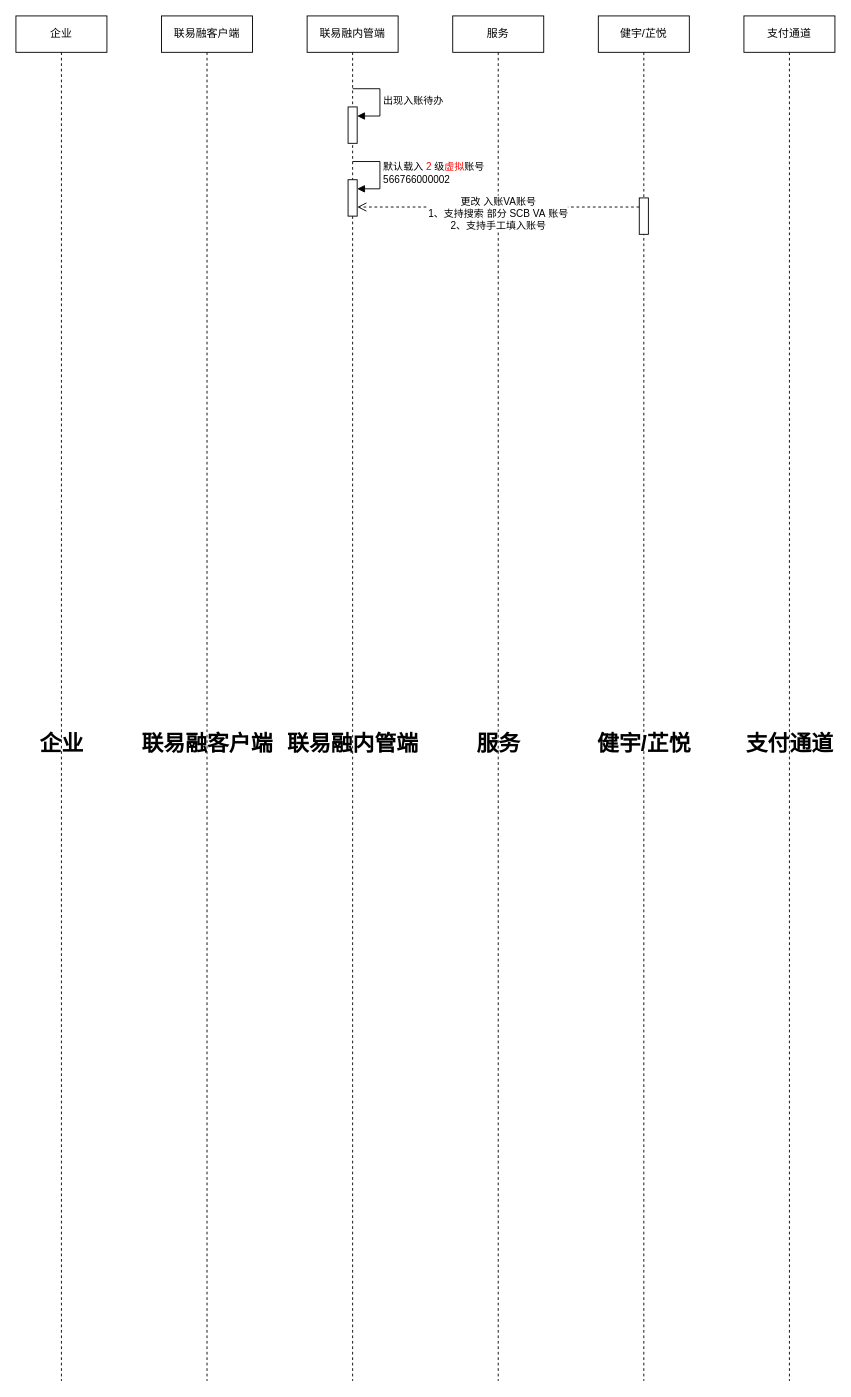
Earlier version of the draw.io diagram LLSI/开户管理.drawio (0573xieguojia/To-program). Source tidied: cells renumbered, new cells numbered last; positions are measured from the earlier drawing's top-left corner, leaving out a move shared by most shapes. Both pictures are drawn from the tidied source at 91%, with x=0, y=0 at pixel (15, 15).
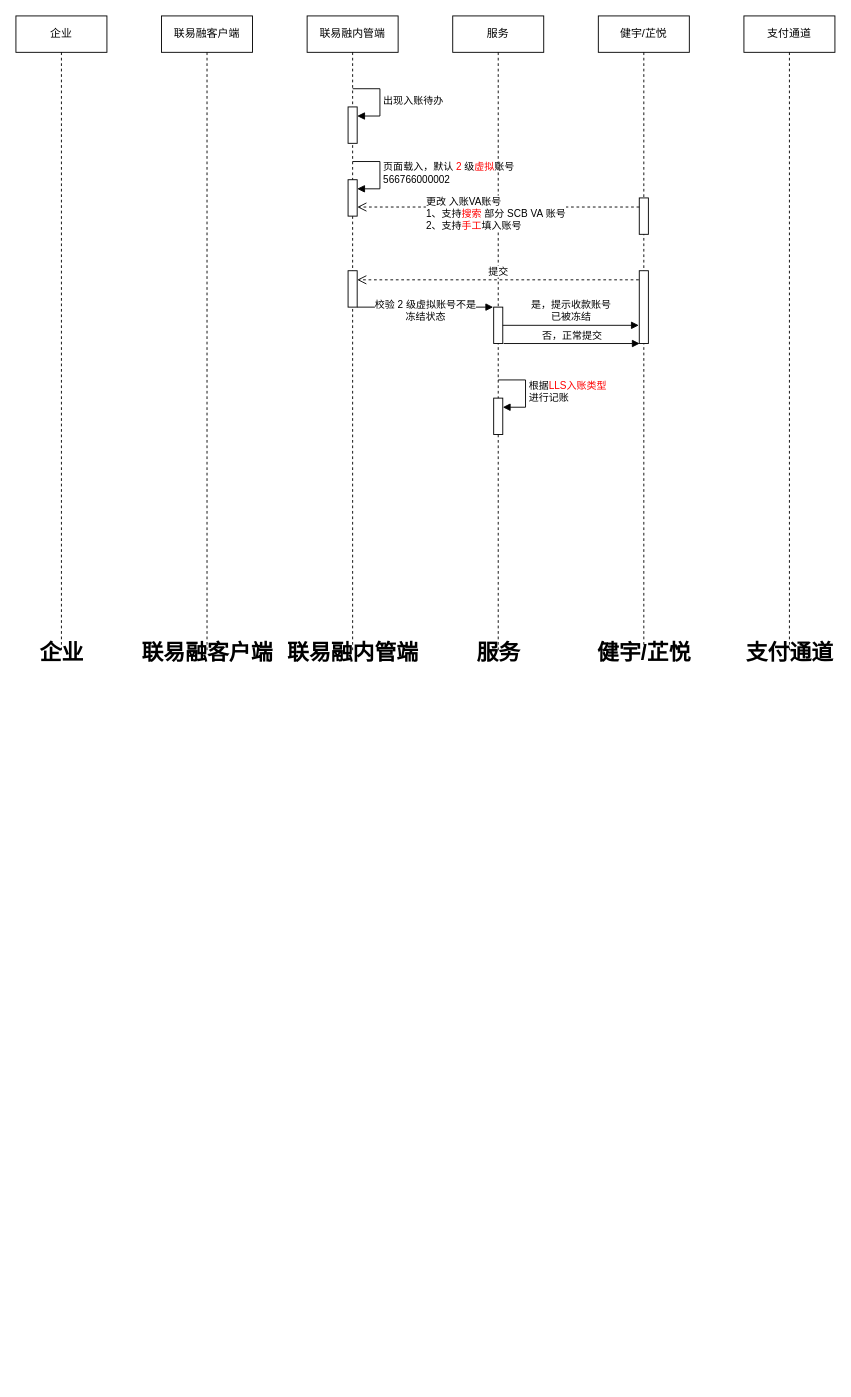
The same page after the edit.

Commit message:
更新开户管理.drawio

Unchanged cells that the change refers to:
```xml
<mxCell id="7" style="html=1;points=[];perimeter=orthogonalPerimeter;outlineConnect=0;targetShapes=umlLifeline;portConstraint=eastwest;newEdgeStyle={&quot;edgeStyle&quot;:&quot;elbowEdgeStyle&quot;,&quot;elbow&quot;:&quot;vertical&quot;,&quot;curved&quot;:0,&quot;rounded&quot;:0};" parent="4" vertex="1">
  <mxGeometry x="45" y="180" width="10" height="40" as="geometry" />
</mxCell>
```

The edit, as a diff of the source:
```diff
@@
     <mxCell id="2" value="企业" style="shape=umlLifeline;perimeter=lifelinePerimeter;whiteSpace=wrap;html=1;newEdgeStyle={&quot;edgeStyle&quot;:&quot;elbowEdgeStyle&quot;,&quot;elbow&quot;:&quot;vertical&quot;,&quot;curved&quot;:0,&quot;rounded&quot;:0};" parent="1" vertex="1">
-      <mxGeometry width="100" height="1500" as="geometry" />
+      <mxGeometry width="100" height="700" as="geometry" />
     </mxCell>
     <mxCell id="3" value="联易融客户端" style="shape=umlLifeline;perimeter=lifelinePerimeter;whiteSpace=wrap;html=1;newEdgeStyle={&quot;edgeStyle&quot;:&quot;elbowEdgeStyle&quot;,&quot;elbow&quot;:&quot;vertical&quot;,&quot;curved&quot;:0,&quot;rounded&quot;:0};" parent="1" vertex="1">
-      <mxGeometry x="160" width="100" height="1500" as="geometry" />
+      <mxGeometry x="160" width="100" height="700" as="geometry" />
     </mxCell>
     <mxCell id="4" value="联易融内管端" style="shape=umlLifeline;perimeter=lifelinePerimeter;whiteSpace=wrap;html=1;newEdgeStyle={&quot;edgeStyle&quot;:&quot;elbowEdgeStyle&quot;,&quot;elbow&quot;:&quot;vertical&quot;,&quot;curved&quot;:0,&quot;rounded&quot;:0};" parent="1" vertex="1">
-      <mxGeometry x="320" width="100" height="1500" as="geometry" />
+      <mxGeometry x="320" width="100" height="700" as="geometry" />
     </mxCell>
@@
-    <mxCell id="8" value="默认载入&amp;nbsp;&lt;font color=&quot;#ff0000&quot;&gt;2&lt;/font&gt;&amp;nbsp;级&lt;font color=&quot;#ff0000&quot;&gt;虚拟&lt;/font&gt;账号&lt;br&gt;566766000002" style="html=1;align=left;spacingLeft=2;endArrow=block;rounded=0;edgeStyle=orthogonalEdgeStyle;curved=0;rounded=0;" parent="4" edge="1" target="7">
+    <mxCell id="8" value="页面载入，默认&amp;nbsp;&lt;font color=&quot;#ff0000&quot;&gt;2&lt;/font&gt;&amp;nbsp;级&lt;font color=&quot;#ff0000&quot;&gt;虚拟&lt;/font&gt;账号&lt;br&gt;566766000002" style="html=1;align=left;spacingLeft=2;endArrow=block;rounded=0;edgeStyle=orthogonalEdgeStyle;curved=0;rounded=0;" parent="4" edge="1" target="7">
       <mxGeometry x="0.01" relative="1" as="geometry">
         <mxPoint x="50" y="160" as="sourcePoint" />
         <Array as="points">
           <mxPoint x="80" y="190" />
         </Array>
       </mxGeometry>
     </mxCell>
+    <mxCell id="20" style="html=1;perimeter=orthogonalPerimeter;targetShapes=umlLifeline;newEdgeStyle={&quot;edgeStyle&quot;:&quot;elbowEdgeStyle&quot;,&quot;elbow&quot;:&quot;vertical&quot;,&quot;curved&quot;:0,&quot;rounded&quot;:0};" parent="4" vertex="1">
+      <mxGeometry x="45" y="280" width="10" height="40" as="geometry" />
+    </mxCell>
     <mxCell id="9" value="服务" style="shape=umlLifeline;perimeter=lifelinePerimeter;whiteSpace=wrap;html=1;newEdgeStyle={&quot;edgeStyle&quot;:&quot;elbowEdgeStyle&quot;,&quot;elbow&quot;:&quot;vertical&quot;,&quot;curved&quot;:0,&quot;rounded&quot;:0};" parent="1" vertex="1">
-      <mxGeometry x="480" width="100" height="1500" as="geometry" />
+      <mxGeometry x="480" width="100" height="700" as="geometry" />
     </mxCell>
+    <mxCell id="21" style="html=1;perimeter=orthogonalPerimeter;targetShapes=umlLifeline;newEdgeStyle={&quot;edgeStyle&quot;:&quot;elbowEdgeStyle&quot;,&quot;elbow&quot;:&quot;vertical&quot;,&quot;curved&quot;:0,&quot;rounded&quot;:0};" parent="9" vertex="1">
+      <mxGeometry x="45" y="320" width="10" height="40" as="geometry" />
+    </mxCell>
+    <mxCell id="22" style="html=1;points=[];perimeter=orthogonalPerimeter;outlineConnect=0;targetShapes=umlLifeline;portConstraint=eastwest;newEdgeStyle={&quot;edgeStyle&quot;:&quot;elbowEdgeStyle&quot;,&quot;elbow&quot;:&quot;vertical&quot;,&quot;curved&quot;:0,&quot;rounded&quot;:0};" parent="9" vertex="1">
+      <mxGeometry x="45" y="420" width="10" height="40" as="geometry" />
+    </mxCell>
+    <mxCell id="23" value="根据&lt;font color=&quot;#ff0000&quot;&gt;LLS入账类型&lt;br&gt;&lt;/font&gt;进行记账" style="html=1;align=left;spacingLeft=2;endArrow=block;rounded=0;edgeStyle=orthogonalEdgeStyle;curved=0;rounded=0;" parent="9" edge="1" target="22">
+      <mxGeometry x="0.01" relative="1" as="geometry">
+        <mxPoint x="50" y="400" as="sourcePoint" />
+        <Array as="points">
+          <mxPoint x="80" y="430" />
+        </Array>
+      </mxGeometry>
+    </mxCell>
     <mxCell id="10" value="健宇/芷悦" style="shape=umlLifeline;perimeter=lifelinePerimeter;whiteSpace=wrap;html=1;newEdgeStyle={&quot;edgeStyle&quot;:&quot;elbowEdgeStyle&quot;,&quot;elbow&quot;:&quot;vertical&quot;,&quot;curved&quot;:0,&quot;rounded&quot;:0};" parent="1" vertex="1">
-      <mxGeometry x="640" width="100" height="1500" as="geometry" />
+      <mxGeometry x="640" width="100" height="700" as="geometry" />
     </mxCell>
@@
+    <mxCell id="24" style="html=1;perimeter=orthogonalPerimeter;targetShapes=umlLifeline;newEdgeStyle={&quot;edgeStyle&quot;:&quot;elbowEdgeStyle&quot;,&quot;elbow&quot;:&quot;vertical&quot;,&quot;curved&quot;:0,&quot;rounded&quot;:0};" parent="10" vertex="1">
+      <mxGeometry x="45" y="280" width="10" height="80" as="geometry" />
+    </mxCell>
     <mxCell id="12" value="企业" style="text;strokeColor=none;fillColor=none;html=1;fontSize=24;fontStyle=1;verticalAlign=middle;align=center;" parent="1" vertex="1">
-      <mxGeometry y="780" width="100" height="40" as="geometry" />
+      <mxGeometry y="680" width="100" height="40" as="geometry" />
     </mxCell>
     <mxCell id="13" value="联易融客户端" style="text;strokeColor=none;fillColor=none;html=1;fontSize=24;fontStyle=1;verticalAlign=middle;align=center;" parent="1" vertex="1">
-      <mxGeometry x="160" y="780" width="100" height="40" as="geometry" />
+      <mxGeometry x="160" y="680" width="100" height="40" as="geometry" />
     </mxCell>
     <mxCell id="14" value="联易融内管端" style="text;strokeColor=none;fillColor=none;html=1;fontSize=24;fontStyle=1;verticalAlign=middle;align=center;" parent="1" vertex="1">
-      <mxGeometry x="320" y="780" width="100" height="40" as="geometry" />
+      <mxGeometry x="320" y="680" width="100" height="40" as="geometry" />
     </mxCell>
     <mxCell id="15" value="服务" style="text;strokeColor=none;fillColor=none;html=1;fontSize=24;fontStyle=1;verticalAlign=middle;align=center;" parent="1" vertex="1">
-      <mxGeometry x="480" y="780" width="100" height="40" as="geometry" />
+      <mxGeometry x="480" y="680" width="100" height="40" as="geometry" />
     </mxCell>
     <mxCell id="16" value="健宇/芷悦" style="text;strokeColor=none;fillColor=none;html=1;fontSize=24;fontStyle=1;verticalAlign=middle;align=center;" parent="1" vertex="1">
-      <mxGeometry x="640" y="780" width="100" height="40" as="geometry" />
+      <mxGeometry x="640" y="680" width="100" height="40" as="geometry" />
     </mxCell>
     <mxCell id="17" value="支付通道" style="shape=umlLifeline;perimeter=lifelinePerimeter;whiteSpace=wrap;html=1;newEdgeStyle={&quot;edgeStyle&quot;:&quot;elbowEdgeStyle&quot;,&quot;elbow&quot;:&quot;vertical&quot;,&quot;curved&quot;:0,&quot;rounded&quot;:0};" parent="1" vertex="1">
-      <mxGeometry x="800" width="100" height="1500" as="geometry" />
+      <mxGeometry x="800" width="100" height="700" as="geometry" />
     </mxCell>
     <mxCell id="18" value="支付通道" style="text;strokeColor=none;fillColor=none;html=1;fontSize=24;fontStyle=1;verticalAlign=middle;align=center;" parent="1" vertex="1">
-      <mxGeometry x="800" y="780" width="100" height="40" as="geometry" />
+      <mxGeometry x="800" y="680" width="100" height="40" as="geometry" />
     </mxCell>
-    <mxCell id="19" value="更改&amp;nbsp;入账VA账号&lt;br&gt;1、支持搜索&amp;nbsp;部分&amp;nbsp;SCB&amp;nbsp;VA&amp;nbsp;账号&lt;br&gt;2、支持手工填入账号" style="html=1;verticalAlign=bottom;endArrow=open;dashed=1;endSize=8;edgeStyle=elbowEdgeStyle;elbow=vertical;curved=0;rounded=0;" parent="1" edge="1">
-      <mxGeometry y="30" relative="1" as="geometry">
+    <mxCell id="19" value="更改&amp;nbsp;入账VA账号&lt;br&gt;1、支持&lt;font color=&quot;#ff0000&quot;&gt;搜索&lt;/font&gt;&amp;nbsp;部分&amp;nbsp;SCB&amp;nbsp;VA&amp;nbsp;账号&lt;br&gt;2、支持&lt;font color=&quot;#ff0000&quot;&gt;手工&lt;/font&gt;填入账号" style="html=1;verticalAlign=bottom;endArrow=open;dashed=1;endSize=8;edgeStyle=elbowEdgeStyle;elbow=vertical;curved=0;rounded=0;align=left;" parent="1" edge="1">
+      <mxGeometry x="0.52" y="30" relative="1" as="geometry">
         <mxPoint x="685" y="210" as="sourcePoint" />
         <mxPoint x="375.1" y="210.2" as="targetPoint" />
       </mxGeometry>
     </mxCell>
+    <mxCell id="25" value="提交" style="html=1;verticalAlign=bottom;endArrow=open;dashed=1;endSize=8;edgeStyle=elbowEdgeStyle;elbow=vertical;curved=0;rounded=0;" parent="1" edge="1">
+      <mxGeometry relative="1" as="geometry">
+        <mxPoint x="684.5" y="290" as="sourcePoint" />
+        <mxPoint x="375" y="290" as="targetPoint" />
+      </mxGeometry>
+    </mxCell>
+    <mxCell id="26" value="校验 2 级虚拟账号不是&lt;br&gt;冻结状态" style="html=1;verticalAlign=bottom;endArrow=block;edgeStyle=elbowEdgeStyle;elbow=vertical;curved=0;rounded=0;" parent="1" edge="1">
+      <mxGeometry y="-20" relative="1" as="geometry">
+        <mxPoint x="375" y="320" as="sourcePoint" />
+        <mxPoint x="524.5" y="320" as="targetPoint" />
+      </mxGeometry>
+    </mxCell>
+    <mxCell id="27" value="是，提示收款账号&lt;br&gt;已被冻结" style="html=1;verticalAlign=bottom;endArrow=block;edgeStyle=elbowEdgeStyle;elbow=vertical;curved=0;rounded=0;" parent="1" edge="1">
+      <mxGeometry relative="1" as="geometry">
+        <mxPoint x="535" y="340" as="sourcePoint" />
+        <mxPoint x="684.5" y="340.1" as="targetPoint" />
+      </mxGeometry>
+    </mxCell>
+    <mxCell id="28" value="否，正常提交" style="html=1;verticalAlign=bottom;endArrow=block;edgeStyle=elbowEdgeStyle;elbow=vertical;curved=0;rounded=0;" parent="1" edge="1">
+      <mxGeometry relative="1" as="geometry">
+        <mxPoint x="536" y="360" as="sourcePoint" />
+        <mxPoint x="685.5" y="360.1" as="targetPoint" />
+      </mxGeometry>
+    </mxCell>
```
